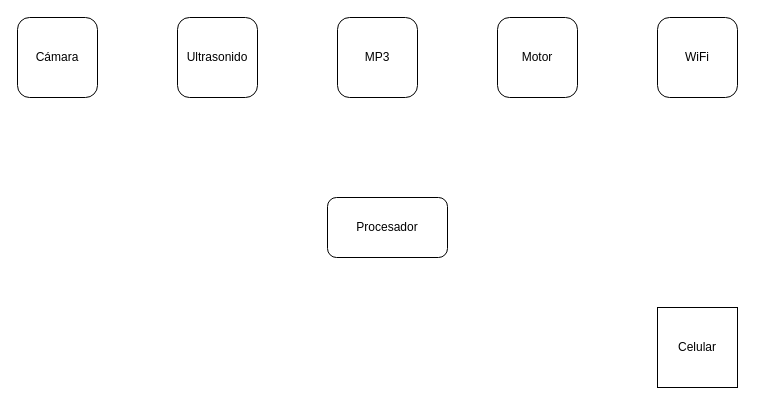
The draw.io diagram Diagrama_bloques.drawio in Davidariza99/Ejemplo-1, before the edit. Source tidied: cells renumbered, new cells numbered last; positions are measured from the earlier drawing's top-left corner, leaving out a move shared by most shapes. Both pictures are drawn from the tidied source at 100%, with x=0, y=0 at pixel (17, 17).
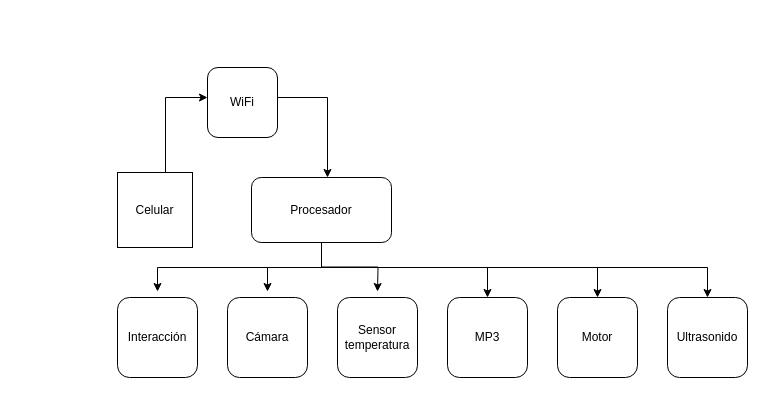
Above is the later version.

What changed in the source:
```diff
@@
     <mxCell id="2" value="MP3" style="whiteSpace=wrap;html=1;rounded=1;" parent="1" vertex="1">
-      <mxGeometry x="320" width="80" height="80" as="geometry" />
+      <mxGeometry x="430" y="280" width="80" height="80" as="geometry" />
     </mxCell>
+    <mxCell id="9" style="edgeStyle=orthogonalEdgeStyle;rounded=0;jettySize=auto;html=1;" parent="1" edge="1" source="5" target="7">
+      <mxGeometry relative="1" as="geometry">
+        <Array as="points">
+          <mxPoint x="310" y="80" />
+        </Array>
+      </mxGeometry>
+    </mxCell>
+    <mxCell id="5" value="WiFi" style="whiteSpace=wrap;html=1;rounded=1;" parent="1" vertex="1">
+      <mxGeometry x="190" y="50" width="70" height="70" as="geometry" />
+    </mxCell>
+    <mxCell id="6" value="&lt;div&gt;Cámara&lt;br&gt;&lt;/div&gt;" style="whiteSpace=wrap;html=1;rounded=1;perimeterSpacing=6;" parent="1" vertex="1">
+      <mxGeometry x="210" y="280" width="80" height="80" as="geometry" />
+    </mxCell>
+    <mxCell id="10" style="edgeStyle=orthogonalEdgeStyle;rounded=0;jettySize=auto;html=1;" parent="1" edge="1" source="7" target="17">
+      <mxGeometry relative="1" as="geometry">
+        <Array as="points">
+          <mxPoint x="304" y="250" />
+          <mxPoint x="140" y="250" />
+        </Array>
+      </mxGeometry>
+    </mxCell>
+    <mxCell id="11" style="edgeStyle=orthogonalEdgeStyle;rounded=0;jettySize=auto;html=1;" parent="1" edge="1" source="7" target="6">
+      <mxGeometry relative="1" as="geometry">
+        <Array as="points">
+          <mxPoint x="304" y="250" />
+          <mxPoint x="250" y="250" />
+        </Array>
+      </mxGeometry>
+    </mxCell>
+    <mxCell id="12" style="edgeStyle=orthogonalEdgeStyle;rounded=0;jettySize=auto;html=1;" parent="1" edge="1" source="7">
+      <mxGeometry relative="1" as="geometry">
+        <mxPoint x="360" y="274" as="targetPoint" />
+      </mxGeometry>
+    </mxCell>
+    <mxCell id="13" style="edgeStyle=orthogonalEdgeStyle;rounded=0;jettySize=auto;html=1;entryX=0.5;entryY=0;entryDx=0;entryDy=0;" parent="1" edge="1" source="7" target="2">
+      <mxGeometry relative="1" as="geometry">
+        <Array as="points">
+          <mxPoint x="304" y="250" />
+          <mxPoint x="470" y="250" />
+        </Array>
+      </mxGeometry>
+    </mxCell>
+    <mxCell id="14" style="edgeStyle=orthogonalEdgeStyle;rounded=0;jettySize=auto;html=1;entryX=0.5;entryY=0;entryDx=0;entryDy=0;" parent="1" edge="1" source="7" target="4">
+      <mxGeometry relative="1" as="geometry">
+        <Array as="points">
+          <mxPoint x="304" y="250" />
+          <mxPoint x="580" y="250" />
+        </Array>
+      </mxGeometry>
+    </mxCell>
+    <mxCell id="15" style="edgeStyle=orthogonalEdgeStyle;rounded=0;jettySize=auto;html=1;entryX=0.5;entryY=0;entryDx=0;entryDy=0;" parent="1" edge="1" source="7" target="3">
+      <mxGeometry relative="1" as="geometry">
+        <Array as="points">
+          <mxPoint x="304" y="250" />
+          <mxPoint x="690" y="250" />
+        </Array>
+      </mxGeometry>
+    </mxCell>
+    <mxCell id="7" value="Procesador" style="rounded=1;whiteSpace=wrap;html=1;strokeWidth=1;" parent="1" vertex="1">
+      <mxGeometry x="234" y="160" width="140" height="65" as="geometry" />
+    </mxCell>
+    <mxCell id="16" style="edgeStyle=orthogonalEdgeStyle;rounded=0;jettySize=auto;html=1;" parent="1" edge="1" source="8" target="5">
+      <mxGeometry relative="1" as="geometry">
+        <Array as="points">
+          <mxPoint x="148" y="80" />
+        </Array>
+      </mxGeometry>
+    </mxCell>
+    <mxCell id="8" value="Celular" style="whiteSpace=wrap;html=1;rounded=0;strokeWidth=1;" parent="1" vertex="1">
+      <mxGeometry x="100" y="155" width="75" height="75" as="geometry" />
+    </mxCell>
+    <mxCell id="17" value="&lt;div&gt;Interacción&lt;br&gt;&lt;/div&gt;" style="whiteSpace=wrap;html=1;rounded=1;perimeterSpacing=6;" parent="1" vertex="1">
+      <mxGeometry x="100" y="280" width="80" height="80" as="geometry" />
+    </mxCell>
+    <mxCell id="18" value="&lt;div&gt;Sensor temperatura&lt;br&gt;&lt;/div&gt;" style="whiteSpace=wrap;html=1;rounded=1;perimeterSpacing=6;" parent="1" vertex="1">
+      <mxGeometry x="320" y="280" width="80" height="80" as="geometry" />
+    </mxCell>
-    <mxCell id="3" value="&lt;div&gt;Ultrasonido&lt;br&gt;&lt;/div&gt;" style="whiteSpace=wrap;html=1;rounded=1;perimeterSpacing=6;" parent="1" vertex="1">
-      <mxGeometry x="160" width="80" height="80" as="geometry" />
+    <mxCell id="3" value="Ultrasonido" style="whiteSpace=wrap;html=1;rounded=1;" parent="1" vertex="1">
+      <mxGeometry x="650" y="280" width="80" height="80" as="geometry" />
     </mxCell>
     <mxCell id="4" value="Motor" style="whiteSpace=wrap;html=1;rounded=1;" parent="1" vertex="1">
-      <mxGeometry x="480" width="80" height="80" as="geometry" />
+      <mxGeometry x="540" y="280" width="80" height="80" as="geometry" />
     </mxCell>
-    <mxCell id="5" value="WiFi" style="whiteSpace=wrap;html=1;rounded=1;" parent="1" vertex="1">
-      <mxGeometry x="640" width="80" height="80" as="geometry" />
-    </mxCell>
-    <mxCell id="6" value="&lt;div&gt;Cámara&lt;br&gt;&lt;/div&gt;" style="whiteSpace=wrap;html=1;rounded=1;perimeterSpacing=6;" parent="1" vertex="1">
-      <mxGeometry width="80" height="80" as="geometry" />
-    </mxCell>
-    <mxCell id="7" value="Procesador" style="rounded=1;whiteSpace=wrap;html=1;strokeWidth=1;" parent="1" vertex="1">
-      <mxGeometry x="310" y="180" width="120" height="60" as="geometry" />
-    </mxCell>
-    <mxCell id="8" value="Celular" style="whiteSpace=wrap;html=1;rounded=0;strokeWidth=1;" parent="1" vertex="1">
-      <mxGeometry x="640" y="290" width="80" height="80" as="geometry" />
-    </mxCell>
```
